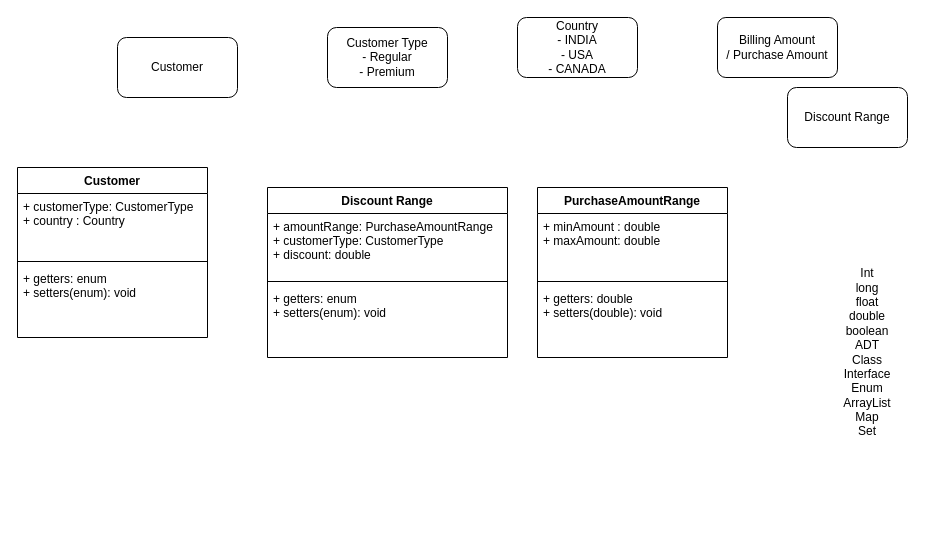
This is Untitled Diagram.drawio from techieworkshop/coding-challenge-discount-bill, a draw.io file, before an edit. Source tidied: cells renumbered, new cells numbered last; positions are measured from the earlier drawing's top-left corner, leaving out a move shared by most shapes. Both pictures are drawn from the tidied source at 100%, with x=0, y=0 at pixel (17, 17).
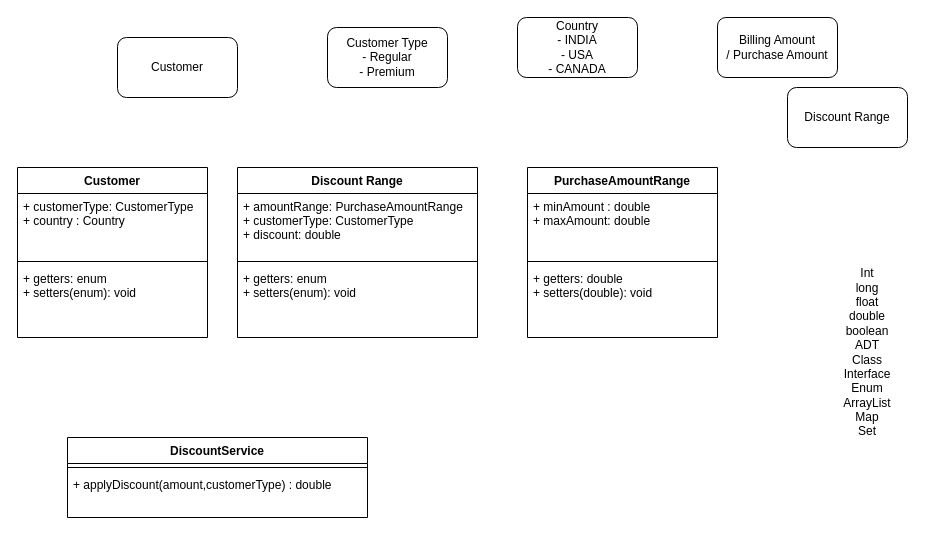
The same page after the edit.

Change to the diagram source:
```diff
@@
     <mxCell id="12" value="Discount Range" style="swimlane;fontStyle=1;align=center;verticalAlign=top;horizontal=1;startSize=26;" parent="1" vertex="1">
-      <mxGeometry x="250" y="170" width="240" height="170" as="geometry" />
+      <mxGeometry x="220" y="150" width="240" height="170" as="geometry" />
     </mxCell>
@@
     <mxCell id="16" value="PurchaseAmountRange" style="swimlane;fontStyle=1;align=center;verticalAlign=top;horizontal=1;startSize=26;" parent="1" vertex="1">
-      <mxGeometry x="520" y="170" width="190" height="170" as="geometry" />
+      <mxGeometry x="510" y="150" width="190" height="170" as="geometry" />
     </mxCell>
@@
+    <mxCell id="20" value="DiscountService" style="swimlane;fontStyle=1;align=center;verticalAlign=top;horizontal=1;startSize=26;" parent="1" vertex="1">
+      <mxGeometry x="50" y="420" width="300" height="80" as="geometry" />
+    </mxCell>
+    <mxCell id="21" style="line;strokeWidth=1;fillColor=none;align=left;verticalAlign=middle;spacingTop=-1;spacingLeft=3;spacingRight=3;labelPosition=right;" parent="20" vertex="1">
+      <mxGeometry y="26" width="300" height="8" as="geometry" />
+    </mxCell>
+    <mxCell id="22" value="+ applyDiscount(amount,customerType) : double" style="text;strokeColor=none;fillColor=none;align=left;verticalAlign=top;spacingLeft=4;spacingRight=4;overflow=hidden;" parent="20" vertex="1">
+      <mxGeometry y="34" width="300" height="46" as="geometry" />
+    </mxCell>
```
